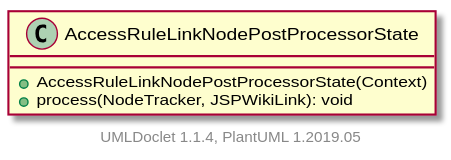
apache/jspwiki-site keeps this PlantUML diagram as apidocs/2.11.0.M8-SNAPSHOT/org/apache/wiki/markdown/extensions/jspwikilinks/postprocessor/AccessRuleLinkNodePostProcessorState.svg. Above is the earlier version.
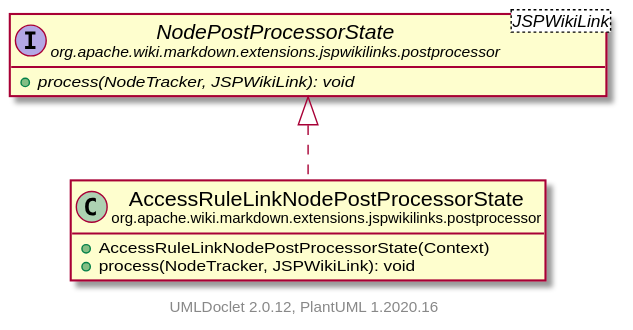
After the change.

The edit, as a diff of the source:
```diff
@@ -1,10 +1,18 @@
 @startuml
+    set namespaceSeparator none
+    hide empty fields
+    hide empty methods
 
-    class AccessRuleLinkNodePostProcessorState [[AccessRuleLinkNodePostProcessorState.html]] {
+    class "<size:14>AccessRuleLinkNodePostProcessorState\n<size:10>org.apache.wiki.markdown.extensions.jspwikilinks.postprocessor" as org.apache.wiki.markdown.extensions.jspwikilinks.postprocessor.AccessRuleLinkNodePostProcessorState [[AccessRuleLinkNodePostProcessorState.html]] {
         +AccessRuleLinkNodePostProcessorState(Context)
         +process(NodeTracker, JSPWikiLink): void
     }
 
+    interface "<size:14>NodePostProcessorState\n<size:10>org.apache.wiki.markdown.extensions.jspwikilinks.postprocessor" as org.apache.wiki.markdown.extensions.jspwikilinks.postprocessor.NodePostProcessorState<JSPWikiLink> [[NodePostProcessorState.html]] {
+        {abstract} +process(NodeTracker, JSPWikiLink): void
+    }
 
-    center footer UMLDoclet 1.1.4, PlantUML 1.2019.05
+    org.apache.wiki.markdown.extensions.jspwikilinks.postprocessor.NodePostProcessorState <|.. org.apache.wiki.markdown.extensions.jspwikilinks.postprocessor.AccessRuleLinkNodePostProcessorState
+
+    center footer UMLDoclet 2.0.12, PlantUML 1.2020.16
 @enduml
```
